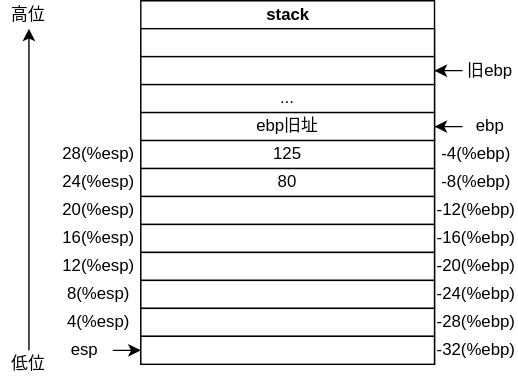
The draw.io diagram drawio/x86callFunc.drawio.svg in Stolorzs/Picgo, before a commit. Source tidied: cells renumbered, new cells last; positions are measured from the earlier drawing's top-left corner, leaving out a move shared by most shapes.
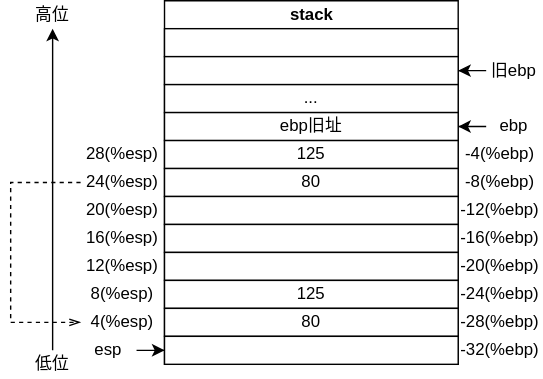
Above is the later version.

Diff of the diagram source:
```diff
@@ -32,10 +32,10 @@
     <mxCell id="11" style="rounded=0;whiteSpace=wrap;html=1;" parent="2" vertex="1">
       <mxGeometry y="180" width="210" height="20" as="geometry" />
     </mxCell>
-    <mxCell id="12" style="rounded=0;whiteSpace=wrap;html=1;" parent="2" vertex="1">
+    <mxCell id="12" value="125" style="rounded=0;whiteSpace=wrap;html=1;" parent="2" vertex="1">
       <mxGeometry y="200" width="210" height="20" as="geometry" />
     </mxCell>
-    <mxCell id="13" style="rounded=0;whiteSpace=wrap;html=1;" parent="2" vertex="1">
+    <mxCell id="13" value="80" style="rounded=0;whiteSpace=wrap;html=1;" parent="2" vertex="1">
       <mxGeometry y="220" width="210" height="20" as="geometry" />
     </mxCell>
     <mxCell id="14" style="rounded=0;whiteSpace=wrap;html=1;" parent="2" vertex="1">
@@ -62,6 +62,16 @@
     <mxCell id="21" value="28(%esp)" style="text;html=1;align=center;verticalAlign=middle;whiteSpace=wrap;rounded=0;" parent="1" vertex="1">
       <mxGeometry x="50" y="100" width="40" height="20" as="geometry" />
     </mxCell>
+    <mxCell id="39" style="edgeStyle=orthogonalEdgeStyle;rounded=0;orthogonalLoop=1;jettySize=auto;html=1;dashed=1;endArrow=openThin;endFill=0;" parent="1" edge="1">
+      <mxGeometry relative="1" as="geometry">
+        <mxPoint x="40" y="130" as="sourcePoint" />
+        <mxPoint x="40" y="230" as="targetPoint" />
+        <Array as="points">
+          <mxPoint x="-10" y="130" />
+          <mxPoint x="-10" y="230" />
+        </Array>
+      </mxGeometry>
+    </mxCell>
     <mxCell id="22" value="24(%esp)" style="text;html=1;align=center;verticalAlign=middle;whiteSpace=wrap;rounded=0;" parent="1" vertex="1">
       <mxGeometry x="50" y="120" width="40" height="20" as="geometry" />
     </mxCell>
```
